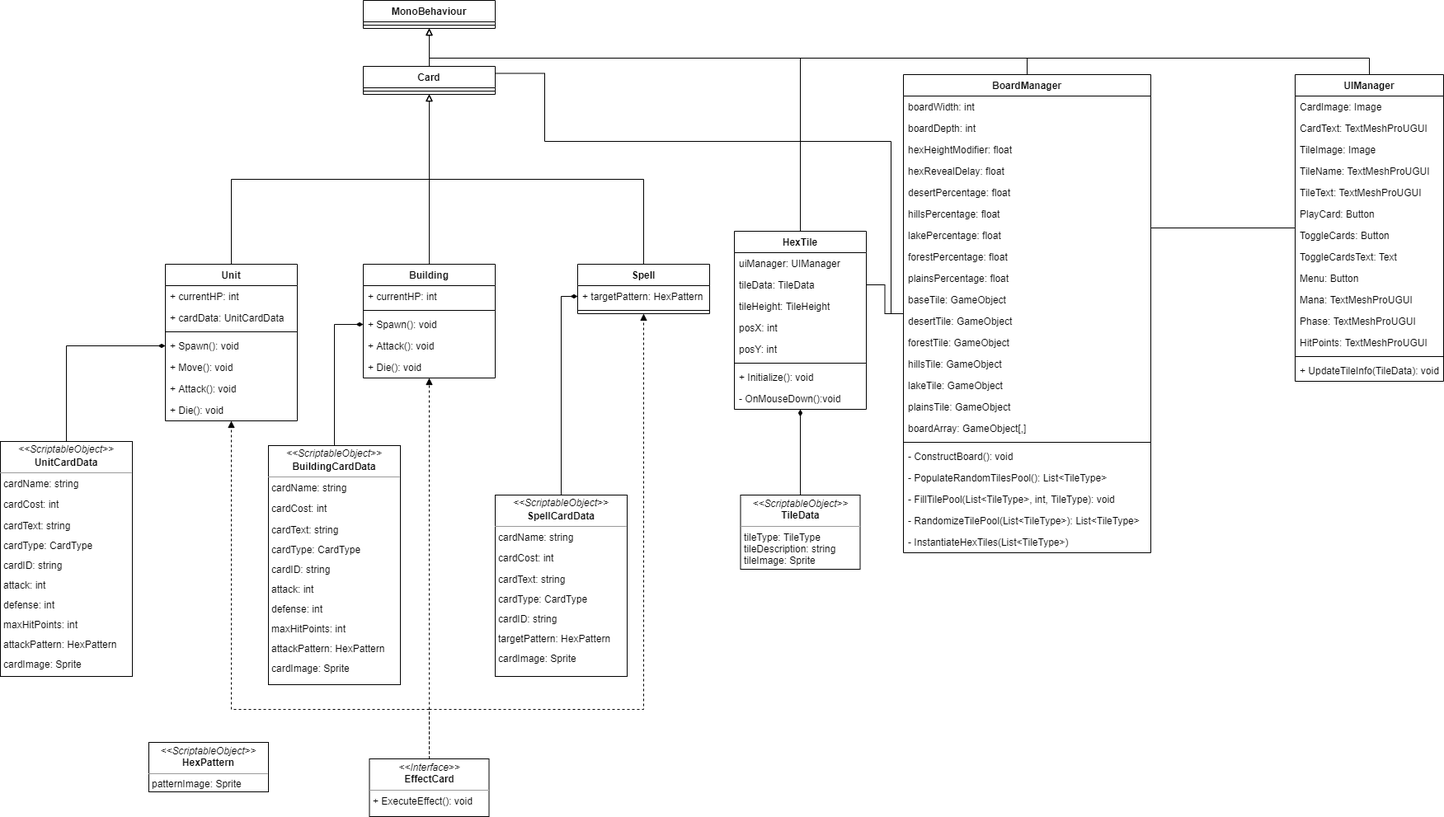
This is Diagrams/Class Diagram v0.2.png from Syrko/Ptixiaki-Ergasia, a draw.io export, as it was before one commit. Source tidied: cells renumbered, new cells last; positions are measured from the earlier drawing's top-left corner, leaving out a move shared by most shapes.
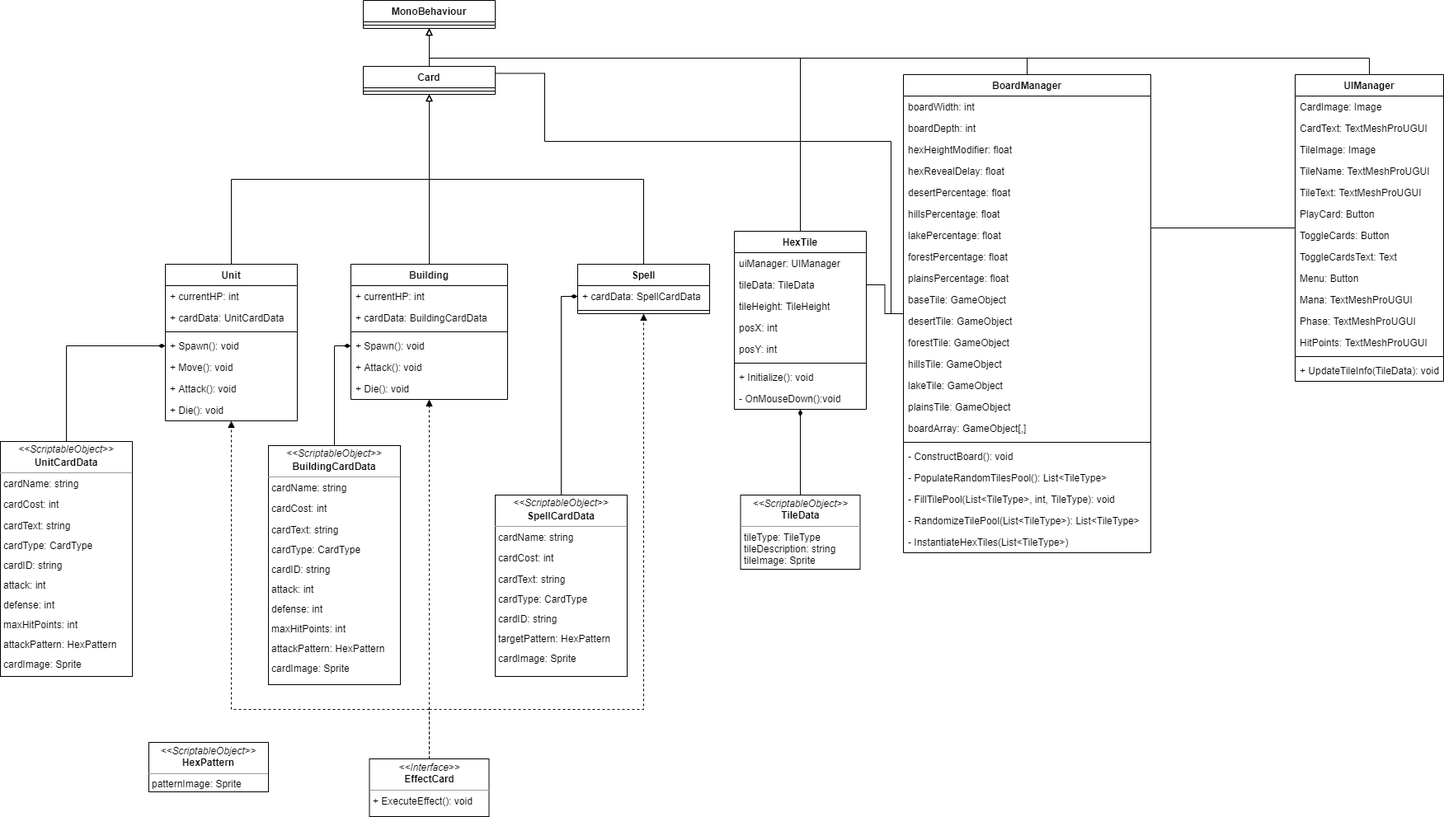
After the change.

Commit message:
Fixed some errors in the Class Diagram

The edit, as a diff of the source:
```diff
@@ -44,9 +44,9 @@
     <mxCell id="15" value="Spell" style="swimlane;fontStyle=1;align=center;verticalAlign=top;horizontal=1;startSize=26;" parent="1" vertex="1">
       <mxGeometry x="700" y="320" width="160" height="60" as="geometry" />
     </mxCell>
-    <mxCell id="16" value="+ targetPattern: HexPattern" style="text;strokeColor=none;fillColor=none;align=left;verticalAlign=top;spacingLeft=4;spacingRight=4;overflow=hidden;points=[[0,0.5],[1,0.5]];portConstraint=eastwest;" parent="15" vertex="1">
-      <mxGeometry y="26" width="160" height="26" as="geometry" />
-    </mxCell>
+    <mxCell id="93" value="+ cardData: SpellCardData" style="text;strokeColor=none;fillColor=none;align=left;verticalAlign=top;spacingLeft=4;spacingRight=4;overflow=hidden;points=[[0,0.5],[1,0.5]];portConstraint=eastwest;" parent="15" vertex="1">
+      <mxGeometry y="26" width="160" height="26" as="geometry" />
+    </mxCell>
     <mxCell id="17" style="line;strokeWidth=1;fillColor=none;align=left;verticalAlign=middle;spacingTop=-1;spacingLeft=3;spacingRight=3;labelPosition=right;" parent="15" vertex="1">
       <mxGeometry y="52" width="160" height="8" as="geometry" />
     </mxCell>
@@ -54,22 +54,25 @@
       <mxGeometry relative="1" as="geometry" />
     </mxCell>
     <mxCell id="19" value="Building" style="swimlane;fontStyle=1;align=center;verticalAlign=top;horizontal=1;startSize=26;" parent="1" vertex="1">
-      <mxGeometry x="440" y="320" width="160" height="138" as="geometry" />
+      <mxGeometry x="425" y="320" width="190" height="164" as="geometry" />
     </mxCell>
     <mxCell id="20" value="+ currentHP: int" style="text;strokeColor=none;fillColor=none;align=left;verticalAlign=top;spacingLeft=4;spacingRight=4;overflow=hidden;" parent="19" vertex="1">
-      <mxGeometry y="26" width="160" height="26" as="geometry" />
+      <mxGeometry y="26" width="190" height="26" as="geometry" />
     </mxCell>
+    <mxCell id="94" value="+ cardData: BuildingCardData" style="text;strokeColor=none;fillColor=none;align=left;verticalAlign=top;spacingLeft=4;spacingRight=4;overflow=hidden;" parent="19" vertex="1">
+      <mxGeometry y="52" width="190" height="26" as="geometry" />
+    </mxCell>
     <mxCell id="21" style="line;strokeWidth=1;fillColor=none;align=left;verticalAlign=middle;spacingTop=-1;spacingLeft=3;spacingRight=3;labelPosition=right;" parent="19" vertex="1">
-      <mxGeometry y="52" width="160" height="8" as="geometry" />
+      <mxGeometry y="78" width="190" height="8" as="geometry" />
     </mxCell>
     <mxCell id="22" value="+ Spawn(): void" style="text;strokeColor=none;fillColor=none;align=left;verticalAlign=top;spacingLeft=4;spacingRight=4;overflow=hidden;points=[[0,0.5],[1,0.5]];portConstraint=eastwest;" parent="19" vertex="1">
-      <mxGeometry y="60" width="160" height="26" as="geometry" />
+      <mxGeometry y="86" width="190" height="26" as="geometry" />
     </mxCell>
     <mxCell id="23" value="+ Attack(): void" style="text;strokeColor=none;fillColor=none;align=left;verticalAlign=top;spacingLeft=4;spacingRight=4;overflow=hidden;" parent="19" vertex="1">
-      <mxGeometry y="86" width="160" height="26" as="geometry" />
+      <mxGeometry y="112" width="190" height="26" as="geometry" />
     </mxCell>
     <mxCell id="24" value="+ Die(): void" style="text;strokeColor=none;fillColor=none;align=left;verticalAlign=top;spacingLeft=4;spacingRight=4;overflow=hidden;" parent="19" vertex="1">
-      <mxGeometry y="112" width="160" height="26" as="geometry" />
+      <mxGeometry y="138" width="190" height="26" as="geometry" />
     </mxCell>
     <mxCell id="25" style="edgeStyle=orthogonalEdgeStyle;rounded=0;jettySize=auto;html=1;exitX=0.5;exitY=0;exitDx=0;exitDy=0;endArrow=block;endFill=1;dashed=1;" parent="1" edge="1" source="92" target="6">
       <mxGeometry relative="1" as="geometry">
@@ -302,7 +305,7 @@
     <mxCell id="89" value="&lt;p style=&quot;margin: 4px 0px 0px ; text-align: center ; line-height: 1&quot;&gt;&lt;i&gt;&amp;lt;&amp;lt;ScriptableObject&amp;gt;&amp;gt;&lt;/i&gt;&lt;/p&gt;&lt;p style=&quot;margin: 4px 0px 0px ; text-align: center ; line-height: 1&quot;&gt;&lt;b&gt;BuildingCardData&lt;/b&gt;&lt;/p&gt;&lt;hr size=&quot;1&quot;&gt;&lt;p style=&quot;margin: 0px ; margin-left: 4px&quot;&gt;cardName: string&lt;/p&gt;&lt;p style=&quot;margin: 0px 0px 0px 4px ; line-height: 1&quot;&gt;&lt;br&gt;&lt;/p&gt;&lt;p style=&quot;margin: 0px 0px 0px 4px ; line-height: 1&quot;&gt;cardCost: int&lt;/p&gt;&lt;p style=&quot;margin: 0px ; margin-left: 4px&quot;&gt;&lt;br&gt;&lt;/p&gt;&lt;p style=&quot;margin: 0px 0px 0px 4px ; line-height: 1&quot;&gt;cardText: string&lt;/p&gt;&lt;p style=&quot;margin: 0px 0px 0px 4px ; line-height: 1&quot;&gt;&lt;br&gt;&lt;/p&gt;&lt;p style=&quot;margin: 0px 0px 0px 4px ; line-height: 1&quot;&gt;cardType: CardType&lt;/p&gt;&lt;p style=&quot;margin: 0px 0px 0px 4px ; line-height: 1&quot;&gt;&lt;br&gt;&lt;/p&gt;&lt;p style=&quot;margin: 0px 0px 0px 4px ; line-height: 1&quot;&gt;cardID: string&lt;/p&gt;&lt;p style=&quot;margin: 0px 0px 0px 4px ; line-height: 1&quot;&gt;&lt;br&gt;&lt;/p&gt;&lt;p style=&quot;margin: 0px 0px 0px 4px ; line-height: 1&quot;&gt;attack: int&lt;/p&gt;&lt;p style=&quot;margin: 0px 0px 0px 4px ; line-height: 1&quot;&gt;&lt;br&gt;&lt;/p&gt;&lt;p style=&quot;margin: 0px 0px 0px 4px ; line-height: 1&quot;&gt;defense: int&lt;/p&gt;&lt;p style=&quot;margin: 0px 0px 0px 4px ; line-height: 1&quot;&gt;&lt;br&gt;&lt;/p&gt;&lt;p style=&quot;margin: 0px 0px 0px 4px ; line-height: 1&quot;&gt;maxHitPoints: int&lt;/p&gt;&lt;p style=&quot;margin: 0px 0px 0px 4px ; line-height: 1&quot;&gt;&lt;br&gt;&lt;/p&gt;&lt;p style=&quot;margin: 0px 0px 0px 4px ; line-height: 1&quot;&gt;attackPattern: HexPattern&lt;/p&gt;&lt;p style=&quot;margin: 0px 0px 0px 4px ; line-height: 1&quot;&gt;&lt;br&gt;&lt;/p&gt;&lt;p style=&quot;margin: 0px 0px 0px 4px ; line-height: 1&quot;&gt;cardImage: Sprite&lt;br&gt;&lt;/p&gt;&lt;p style=&quot;margin: 0px 0px 0px 4px ; line-height: 1&quot;&gt;&lt;br&gt;&lt;/p&gt;&lt;p style=&quot;margin: 0px 0px 0px 4px ; line-height: 1&quot;&gt;&lt;br&gt;&lt;/p&gt;&lt;p style=&quot;margin: 0px ; margin-left: 4px&quot;&gt;&lt;br&gt;&lt;/p&gt;" style="verticalAlign=top;align=left;overflow=fill;fontSize=12;fontFamily=Helvetica;html=1;" parent="1" vertex="1">
       <mxGeometry x="325" y="540" width="160" height="290" as="geometry" />
     </mxCell>
-    <mxCell id="90" style="edgeStyle=orthogonalEdgeStyle;rounded=0;jettySize=auto;html=1;entryX=0;entryY=0.5;entryDx=0;entryDy=0;endArrow=diamondThin;endFill=1;" parent="1" edge="1" source="91" target="16">
+    <mxCell id="90" style="edgeStyle=orthogonalEdgeStyle;rounded=0;jettySize=auto;html=1;endArrow=diamondThin;endFill=1;" parent="1" edge="1" source="91" target="93">
       <mxGeometry relative="1" as="geometry" />
     </mxCell>
     <mxCell id="91" value="&lt;p style=&quot;margin: 4px 0px 0px ; text-align: center ; line-height: 1&quot;&gt;&lt;i&gt;&amp;lt;&amp;lt;ScriptableObject&amp;gt;&amp;gt;&lt;/i&gt;&lt;/p&gt;&lt;p style=&quot;margin: 4px 0px 0px ; text-align: center ; line-height: 1&quot;&gt;&lt;b&gt;SpellCardData&lt;/b&gt;&lt;/p&gt;&lt;hr size=&quot;1&quot;&gt;&lt;p style=&quot;margin: 0px ; margin-left: 4px&quot;&gt;cardName: string&lt;/p&gt;&lt;p style=&quot;margin: 0px 0px 0px 4px ; line-height: 1&quot;&gt;&lt;br&gt;&lt;/p&gt;&lt;p style=&quot;margin: 0px 0px 0px 4px ; line-height: 1&quot;&gt;cardCost: int&lt;/p&gt;&lt;p style=&quot;margin: 0px ; margin-left: 4px&quot;&gt;&lt;br&gt;&lt;/p&gt;&lt;p style=&quot;margin: 0px 0px 0px 4px ; line-height: 1&quot;&gt;cardText: string&lt;/p&gt;&lt;p style=&quot;margin: 0px 0px 0px 4px ; line-height: 1&quot;&gt;&lt;br&gt;&lt;/p&gt;&lt;p style=&quot;margin: 0px 0px 0px 4px ; line-height: 1&quot;&gt;cardType: CardType&lt;/p&gt;&lt;p style=&quot;margin: 0px 0px 0px 4px ; line-height: 1&quot;&gt;&lt;br&gt;&lt;/p&gt;&lt;p style=&quot;margin: 0px 0px 0px 4px ; line-height: 1&quot;&gt;cardID: string&lt;/p&gt;&lt;p style=&quot;margin: 0px 0px 0px 4px ; line-height: 1&quot;&gt;&lt;br&gt;&lt;/p&gt;&lt;p style=&quot;margin: 0px 0px 0px 4px ; line-height: 1&quot;&gt;&lt;span&gt;targetPattern: HexPattern&lt;/span&gt;&lt;br&gt;&lt;/p&gt;&lt;p style=&quot;margin: 0px 0px 0px 4px ; line-height: 1&quot;&gt;&lt;span&gt;&lt;br&gt;&lt;/span&gt;&lt;/p&gt;&lt;p style=&quot;margin: 0px 0px 0px 4px ; line-height: 1&quot;&gt;&lt;span&gt;cardImage: Sprite&lt;/span&gt;&lt;/p&gt;&lt;p style=&quot;margin: 0px 0px 0px 4px ; line-height: 1&quot;&gt;&lt;br&gt;&lt;/p&gt;&lt;p style=&quot;margin: 0px 0px 0px 4px ; line-height: 1&quot;&gt;&lt;br&gt;&lt;/p&gt;&lt;p style=&quot;margin: 0px ; margin-left: 4px&quot;&gt;&lt;br&gt;&lt;/p&gt;" style="verticalAlign=top;align=left;overflow=fill;fontSize=12;fontFamily=Helvetica;html=1;" parent="1" vertex="1">
```
